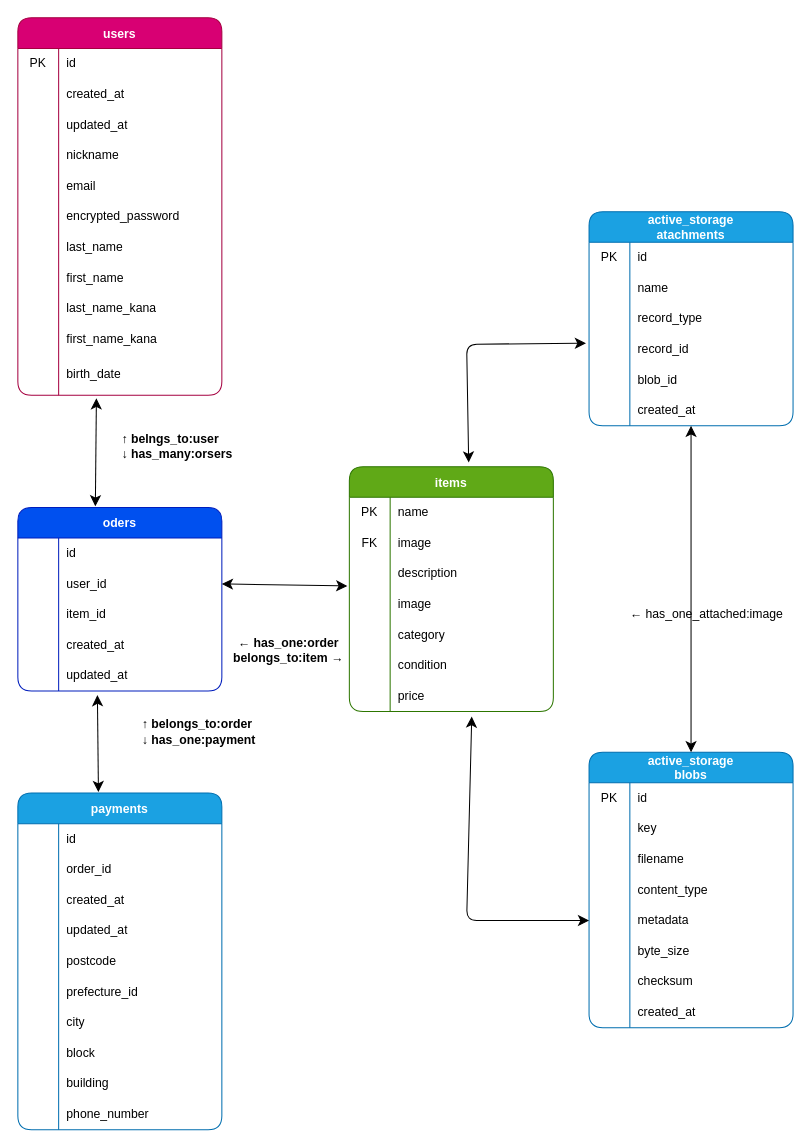
Earlier version of the draw.io diagram ER.dio (potarohblog/furima-39152). Source tidied: cells renumbered, new cells numbered last; positions are measured from the earlier drawing's top-left corner, leaving out a move shared by most shapes. Both pictures are drawn from the tidied source at 102%, with x=0, y=0 at pixel (17, 17).
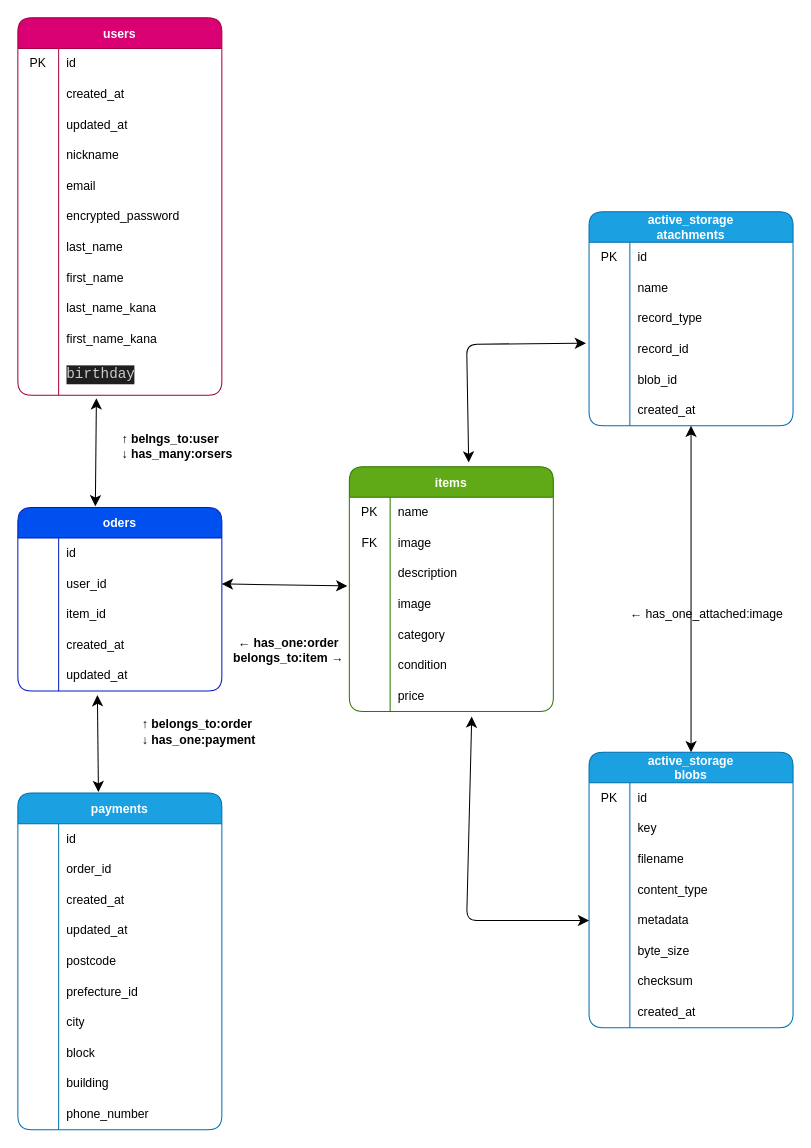
Above is the later version.

Unchanged cells that the change refers to:
```xml
<mxCell id="55" style="shape=tableRow;horizontal=0;startSize=0;swimlaneHead=0;swimlaneBody=0;top=0;left=0;bottom=0;right=0;fillColor=none;points=[[0,0.5],[1,0.5]];portConstraint=eastwest;" parent="24" vertex="1">
  <mxGeometry y="330" width="200" height="40" as="geometry" />
</mxCell>
```

Change to the diagram source:
```diff
@@
-    <mxCell id="57" value="birth_date" style="shape=partialRectangle;html=1;whiteSpace=wrap;fillColor=none;top=0;left=0;bottom=0;right=0;align=left;spacingLeft=6;overflow=hidden;" parent="55" vertex="1">
+    <mxCell id="57" value="&lt;div style=&quot;color: rgb(204, 204, 204); background-color: rgb(31, 31, 31); font-family: Consolas, &amp;quot;Courier New&amp;quot;, monospace; font-size: 14px; line-height: 19px;&quot;&gt;birthday&lt;/div&gt;" style="shape=partialRectangle;html=1;whiteSpace=wrap;fillColor=none;top=0;left=0;bottom=0;right=0;align=left;spacingLeft=6;overflow=hidden;" parent="55" vertex="1">
       <mxGeometry x="40" width="160" height="40" as="geometry" />
     </mxCell>
```
